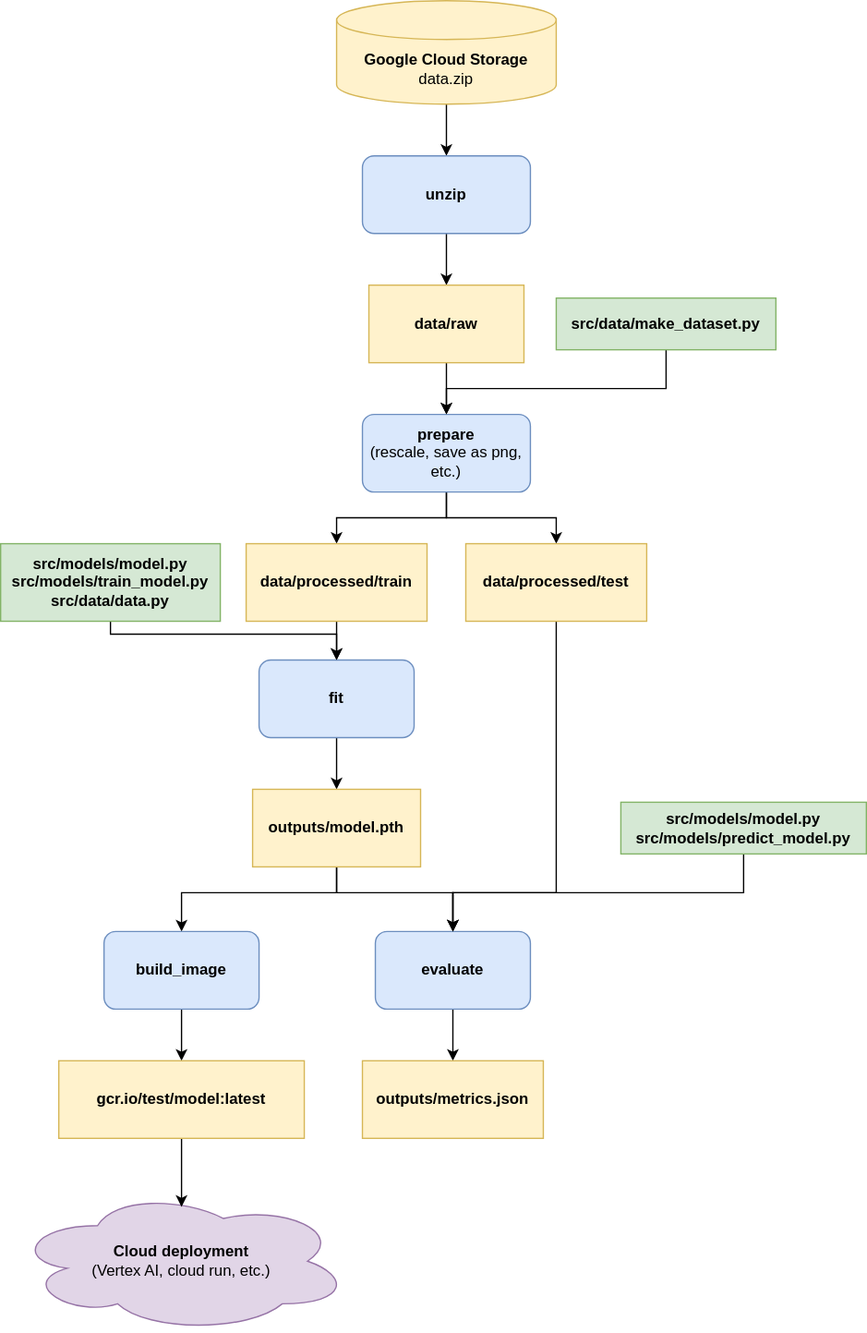
Before: diagram.svg, a diagram exported from draw.io (lucasalexsorensen/mlops). Source tidied: cells renumbered, new cells last; positions are measured from the earlier drawing's top-left corner, leaving out a move shared by most shapes.
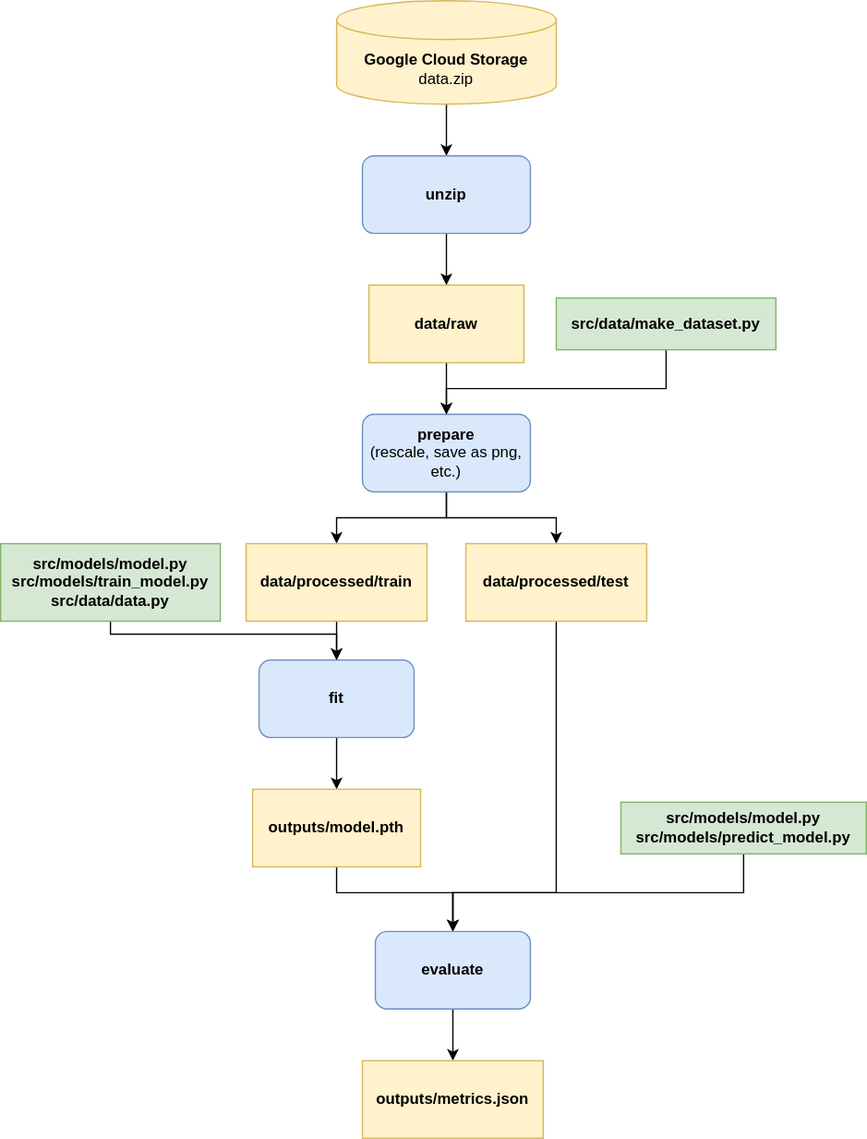
Above is the later version.

The edit, as a diff of the source:
```diff
@@ -37,14 +37,6 @@
         </Array>
       </mxGeometry>
     </mxCell>
-    <mxCell id="12" style="edgeStyle=orthogonalEdgeStyle;rounded=0;jettySize=auto;html=1;entryX=0.5;entryY=0;entryDx=0;entryDy=0;" parent="1" edge="1" source="13" target="31">
-      <mxGeometry relative="1" as="geometry">
-        <Array as="points">
-          <mxPoint x="260" y="690" />
-          <mxPoint x="140" y="690" />
-        </Array>
-      </mxGeometry>
-    </mxCell>
     <mxCell id="13" value="outputs/model.pth" style="rounded=0;whiteSpace=wrap;html=1;fillColor=#fff2cc;strokeColor=#d6b656;fontStyle=1;" parent="1" vertex="1">
       <mxGeometry x="195" y="610" width="130" height="60" as="geometry" />
     </mxCell>
@@ -80,9 +72,6 @@
     <mxCell id="22" value="outputs/metrics.json" style="rounded=0;whiteSpace=wrap;html=1;fillColor=#fff2cc;strokeColor=#d6b656;fontStyle=1;" parent="1" vertex="1">
       <mxGeometry x="280" y="820" width="140" height="60" as="geometry" />
     </mxCell>
-    <mxCell id="23" value="&lt;b&gt;Cloud deployment&lt;/b&gt;&lt;br&gt;(Vertex AI, cloud run, etc.)" style="ellipse;shape=cloud;whiteSpace=wrap;html=1;fillColor=#e1d5e7;strokeColor=#9673a6;" parent="1" vertex="1">
-      <mxGeometry x="10" y="920" width="260" height="110" as="geometry" />
-    </mxCell>
     <mxCell id="24" style="edgeStyle=orthogonalEdgeStyle;rounded=0;jettySize=auto;html=1;entryX=0.5;entryY=0;entryDx=0;entryDy=0;" parent="1" edge="1" source="25" target="8">
       <mxGeometry relative="1" as="geometry">
         <Array as="points">
@@ -116,17 +105,5 @@
     <mxCell id="29" value="src/models/model.py&lt;br&gt;src/models/predict_model.py" style="rounded=0;whiteSpace=wrap;html=1;fillColor=#d5e8d4;strokeColor=#82b366;fontStyle=1;" parent="1" vertex="1">
       <mxGeometry x="480" y="620" width="190" height="40" as="geometry" />
     </mxCell>
-    <mxCell id="30" style="edgeStyle=orthogonalEdgeStyle;rounded=0;jettySize=auto;html=1;entryX=0.5;entryY=0;entryDx=0;entryDy=0;" parent="1" edge="1" source="31" target="33">
-      <mxGeometry relative="1" as="geometry" />
-    </mxCell>
-    <mxCell id="31" value="&lt;b&gt;build_image&lt;/b&gt;" style="whiteSpace=wrap;html=1;fillColor=#dae8fc;strokeColor=#6c8ebf;rounded=1;" parent="1" vertex="1">
-      <mxGeometry x="80" y="720" width="120" height="60" as="geometry" />
-    </mxCell>
-    <mxCell id="32" style="edgeStyle=orthogonalEdgeStyle;rounded=0;jettySize=auto;html=1;entryX=0.5;entryY=0.118;entryDx=0;entryDy=0;entryPerimeter=0;" parent="1" edge="1" source="33" target="23">
-      <mxGeometry relative="1" as="geometry" />
-    </mxCell>
-    <mxCell id="33" value="gcr.io/test/model:latest" style="rounded=0;whiteSpace=wrap;html=1;fillColor=#fff2cc;strokeColor=#d6b656;fontStyle=1;" parent="1" vertex="1">
-      <mxGeometry x="45" y="820" width="190" height="60" as="geometry" />
-    </mxCell>
   </root>
 </mxGraphModel>
```
